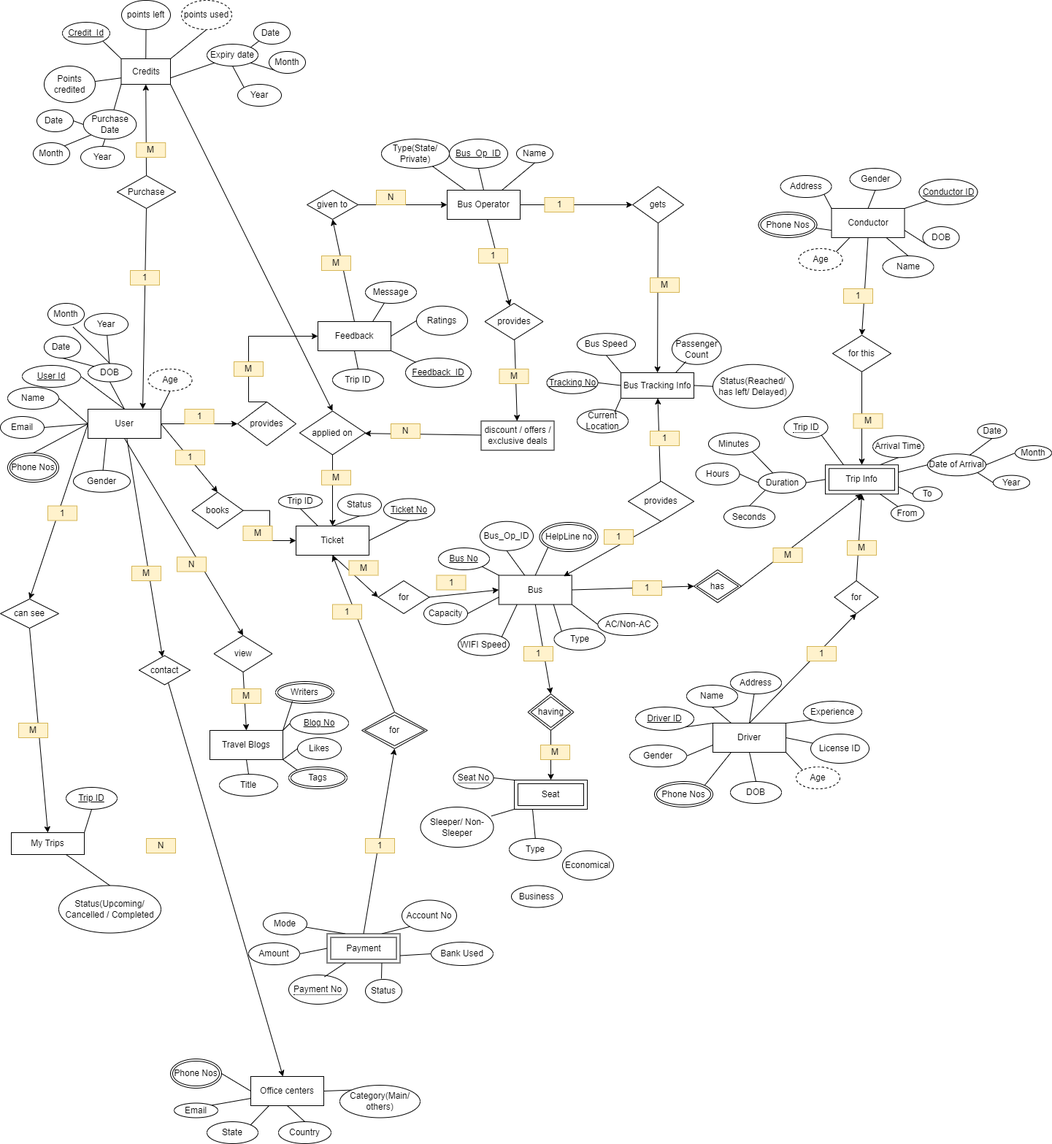
ritu456286/DBMS keeps this draw.io diagram as Assignment1B.drawio.png. Above is the earlier version. Source tidied: cells renumbered, new cells last; positions are measured from the earlier drawing's top-left corner, leaving out a move shared by most shapes.
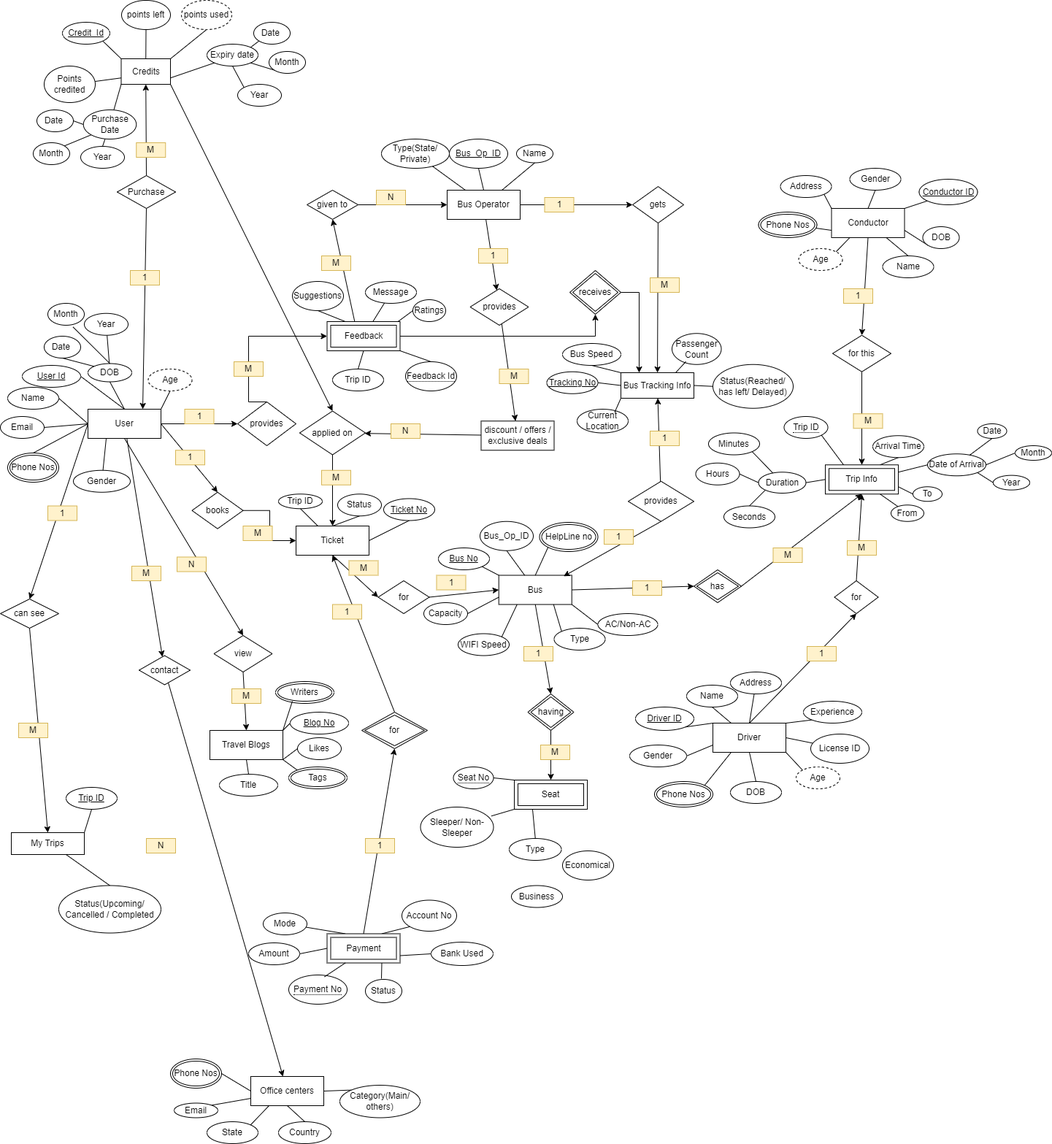
After the commit.

Change to the diagram source:
```diff
@@ -68,24 +68,27 @@
     <mxCell id="23" value="My Trips" style="whiteSpace=wrap;html=1;align=center;" parent="1" vertex="1">
       <mxGeometry x="15" y="1140" width="100" height="30" as="geometry" />
     </mxCell>
-    <mxCell id="24" style="edgeStyle=none;rounded=0;jettySize=auto;html=1;exitX=0.5;exitY=0;exitDx=0;exitDy=0;entryX=0.5;entryY=1;entryDx=0;entryDy=0;" parent="1" edge="1" source="29" target="49">
+    <mxCell id="24" style="edgeStyle=none;rounded=0;jettySize=auto;html=1;exitX=0.377;exitY=-0.015;exitDx=0;exitDy=0;entryX=0.5;entryY=1;entryDx=0;entryDy=0;exitPerimeter=0;" parent="1" edge="1" source="29" target="49">
       <mxGeometry relative="1" as="geometry" />
     </mxCell>
-    <mxCell id="25" style="rounded=0;jettySize=auto;html=1;exitX=0.75;exitY=0;exitDx=0;exitDy=0;endArrow=none;endFill=0;" parent="1" edge="1" source="29" target="113">
+    <mxCell id="25" style="rounded=0;jettySize=auto;html=1;exitX=0.617;exitY=0.045;exitDx=0;exitDy=0;endArrow=none;endFill=0;exitPerimeter=0;" parent="1" edge="1" source="29" target="113">
       <mxGeometry relative="1" as="geometry" />
     </mxCell>
-    <mxCell id="26" style="rounded=0;jettySize=auto;html=1;exitX=1;exitY=0.5;exitDx=0;exitDy=0;entryX=0;entryY=0.5;entryDx=0;entryDy=0;endArrow=none;endFill=0;" parent="1" edge="1" source="29" target="114">
+    <mxCell id="26" style="rounded=0;jettySize=auto;html=1;entryX=0;entryY=0.5;entryDx=0;entryDy=0;endArrow=none;endFill=0;exitX=0.937;exitY=0.065;exitDx=0;exitDy=0;exitPerimeter=0;" parent="1" edge="1" source="29" target="114">
       <mxGeometry relative="1" as="geometry" />
     </mxCell>
-    <mxCell id="27" style="rounded=0;jettySize=auto;html=1;exitX=1;exitY=1;exitDx=0;exitDy=0;endArrow=none;endFill=0;" parent="1" edge="1" source="29" target="116">
+    <mxCell id="27" style="rounded=0;jettySize=auto;html=1;exitX=1;exitY=1;exitDx=0;exitDy=0;endArrow=none;endFill=0;entryX=0.5;entryY=0;entryDx=0;entryDy=0;" parent="1" edge="1" source="29" target="297">
       <mxGeometry relative="1" as="geometry" />
     </mxCell>
     <mxCell id="28" style="rounded=0;jettySize=auto;html=1;exitX=0.5;exitY=1;exitDx=0;exitDy=0;entryX=0.5;entryY=0;entryDx=0;entryDy=0;endArrow=none;endFill=0;" parent="1" edge="1" source="29" target="115">
       <mxGeometry relative="1" as="geometry" />
     </mxCell>
-    <mxCell id="29" value="Feedback" style="whiteSpace=wrap;html=1;align=center;" parent="1" vertex="1">
-      <mxGeometry x="435" y="440" width="100" height="40" as="geometry" />
-    </mxCell>
+    <mxCell id="292" style="edgeStyle=orthogonalEdgeStyle;rounded=0;jettySize=auto;html=1;exitX=1;exitY=0.5;exitDx=0;exitDy=0;entryX=0.5;entryY=1;entryDx=0;entryDy=0;" parent="1" edge="1" source="29" target="296">
+      <mxGeometry relative="1" as="geometry" />
+    </mxCell>
+    <mxCell id="293" style="rounded=0;jettySize=auto;html=1;exitX=0.25;exitY=0;exitDx=0;exitDy=0;entryX=0.5;entryY=1;entryDx=0;entryDy=0;endArrow=none;endFill=0;" parent="1" edge="1" source="29" target="294">
+      <mxGeometry relative="1" as="geometry" />
+    </mxCell>
     <mxCell id="30" style="edgeStyle=none;rounded=0;jettySize=auto;html=1;" parent="1" edge="1" source="35" target="45">
       <mxGeometry relative="1" as="geometry" />
     </mxCell>
@@ -132,7 +135,7 @@
       <mxGeometry relative="1" as="geometry" />
     </mxCell>
     <mxCell id="45" value="provides" style="shape=rhombus;perimeter=rhombusPerimeter;whiteSpace=wrap;html=1;align=center;" parent="1" vertex="1">
-      <mxGeometry x="663.5" y="415" width="80" height="50" as="geometry" />
+      <mxGeometry x="643.5" y="395" width="80" height="50" as="geometry" />
     </mxCell>
     <mxCell id="46" style="edgeStyle=elbowEdgeStyle;rounded=0;jettySize=auto;html=1;exitX=0.5;exitY=0;exitDx=0;exitDy=0;entryX=0;entryY=0.5;entryDx=0;entryDy=0;" parent="1" edge="1" source="47" target="29">
       <mxGeometry relative="1" as="geometry">
@@ -343,14 +346,11 @@
       <mxGeometry x="500" y="385" width="70" height="30" as="geometry" />
     </mxCell>
     <mxCell id="114" value="Ratings" style="ellipse;whiteSpace=wrap;html=1;align=center;" parent="1" vertex="1">
-      <mxGeometry x="570" y="418.8" width="70" height="40" as="geometry" />
+      <mxGeometry x="565" y="410" width="45" height="30" as="geometry" />
     </mxCell>
     <mxCell id="115" value="Trip ID" style="ellipse;whiteSpace=wrap;html=1;align=center;" parent="1" vertex="1">
       <mxGeometry x="455" y="505" width="70" height="30" as="geometry" />
     </mxCell>
-    <mxCell id="116" value="Feedback_ID" style="ellipse;whiteSpace=wrap;html=1;align=center;fontStyle=4;" parent="1" vertex="1">
-      <mxGeometry x="555" y="490" width="90" height="40" as="geometry" />
-    </mxCell>
     <mxCell id="117" style="rounded=0;jettySize=auto;html=1;exitX=1;exitY=1;exitDx=0;exitDy=0;entryX=0;entryY=0;entryDx=0;entryDy=0;endArrow=none;endFill=0;" parent="1" edge="1" source="118" target="67">
       <mxGeometry relative="1" as="geometry" />
     </mxCell>
@@ -576,7 +576,7 @@
       <mxGeometry x="80" y="1212.5" width="140" height="65" as="geometry" />
     </mxCell>
     <mxCell id="191" value="Bus Speed" style="ellipse;whiteSpace=wrap;html=1;align=center;" parent="1" vertex="1">
-      <mxGeometry x="790" y="456.2" width="80" height="30" as="geometry" />
+      <mxGeometry x="770" y="470" width="80" height="30" as="geometry" />
     </mxCell>
     <mxCell id="192" value="Current Location" style="ellipse;whiteSpace=wrap;html=1;align=center;" parent="1" vertex="1">
       <mxGeometry x="790" y="560" width="70" height="32.5" as="geometry" />
@@ -880,5 +880,20 @@
     <mxCell id="291" value="1" style="text;html=1;strokeColor=#d6b656;fillColor=#fff2cc;align=center;verticalAlign=middle;whiteSpace=wrap;rounded=0;" parent="1" vertex="1">
       <mxGeometry x="178" y="370" width="40" height="20" as="geometry" />
     </mxCell>
+    <mxCell id="294" value="Suggestions" style="ellipse;whiteSpace=wrap;html=1;align=center;" parent="1" vertex="1">
+      <mxGeometry x="400" y="385" width="70" height="40" as="geometry" />
+    </mxCell>
+    <mxCell id="295" style="edgeStyle=orthogonalEdgeStyle;rounded=0;jettySize=auto;html=1;exitX=1;exitY=0.5;exitDx=0;exitDy=0;entryX=0.25;entryY=0;entryDx=0;entryDy=0;" parent="1" edge="1" source="296" target="102">
+      <mxGeometry relative="1" as="geometry" />
+    </mxCell>
+    <mxCell id="296" value="receives" style="shape=rhombus;double=1;perimeter=rhombusPerimeter;whiteSpace=wrap;html=1;align=center;" parent="1" vertex="1">
+      <mxGeometry x="780" y="370" width="70" height="60" as="geometry" />
+    </mxCell>
+    <mxCell id="29" value="Feedback" style="shape=ext;margin=3;double=1;whiteSpace=wrap;html=1;align=center;" parent="1" vertex="1">
+      <mxGeometry x="447.5" y="440" width="100" height="40" as="geometry" />
+    </mxCell>
+    <mxCell id="297" value="&lt;span style=&quot;border-bottom: 1px dotted&quot;&gt;Feedback Id&lt;/span&gt;" style="ellipse;whiteSpace=wrap;html=1;align=center;" parent="1" vertex="1">
+      <mxGeometry x="555" y="495" width="70" height="40" as="geometry" />
+    </mxCell>
   </root>
 </mxGraphModel>
```
